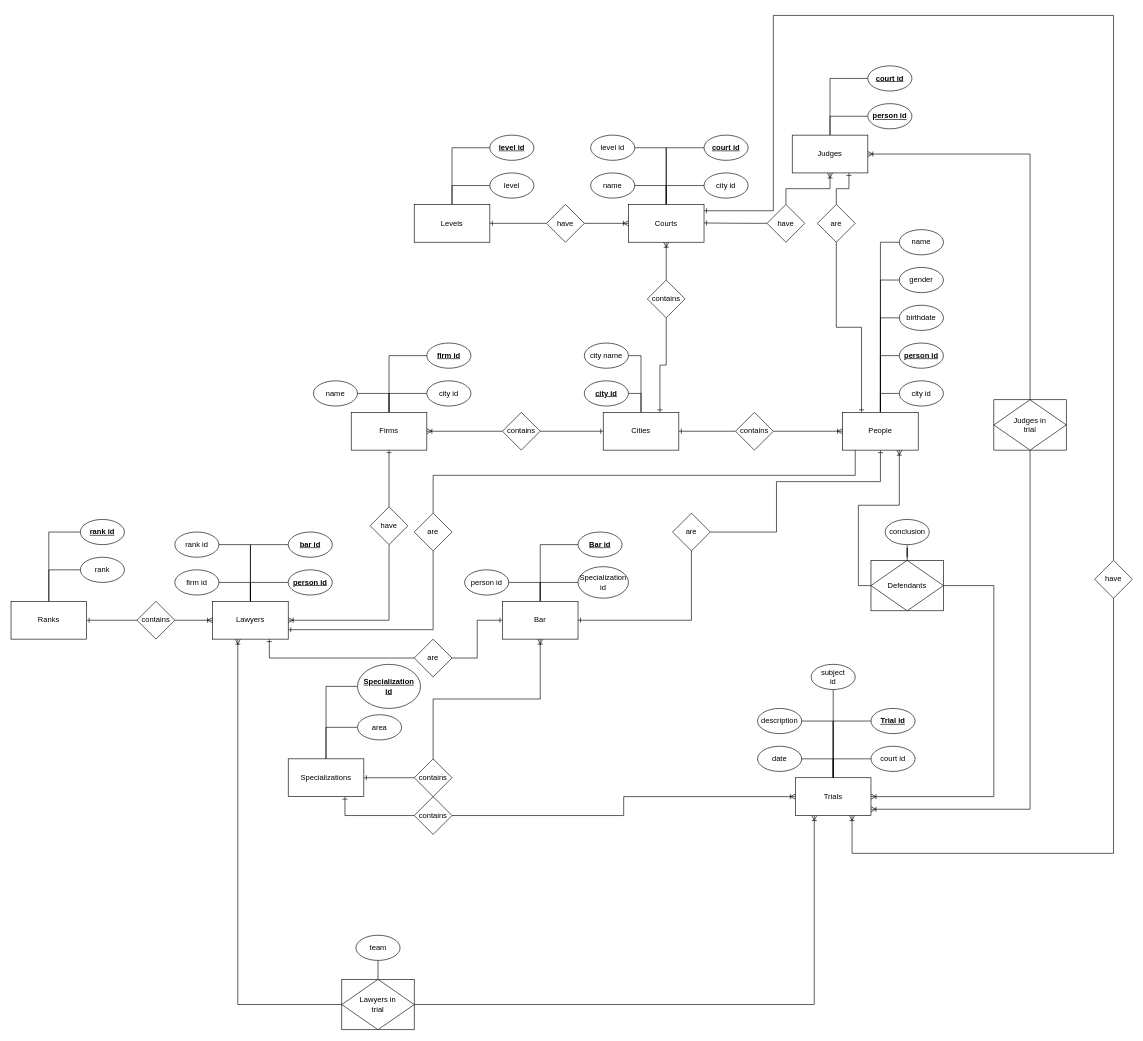
Before: ERD.drawio in romhayh/law-and-order, a draw.io diagram. Source tidied: cells renumbered, new cells numbered last; positions are measured from the earlier drawing's top-left corner, leaving out a move shared by most shapes. Both pictures are drawn from the tidied source at 63%, with x=0, y=0 at pixel (11, 15).
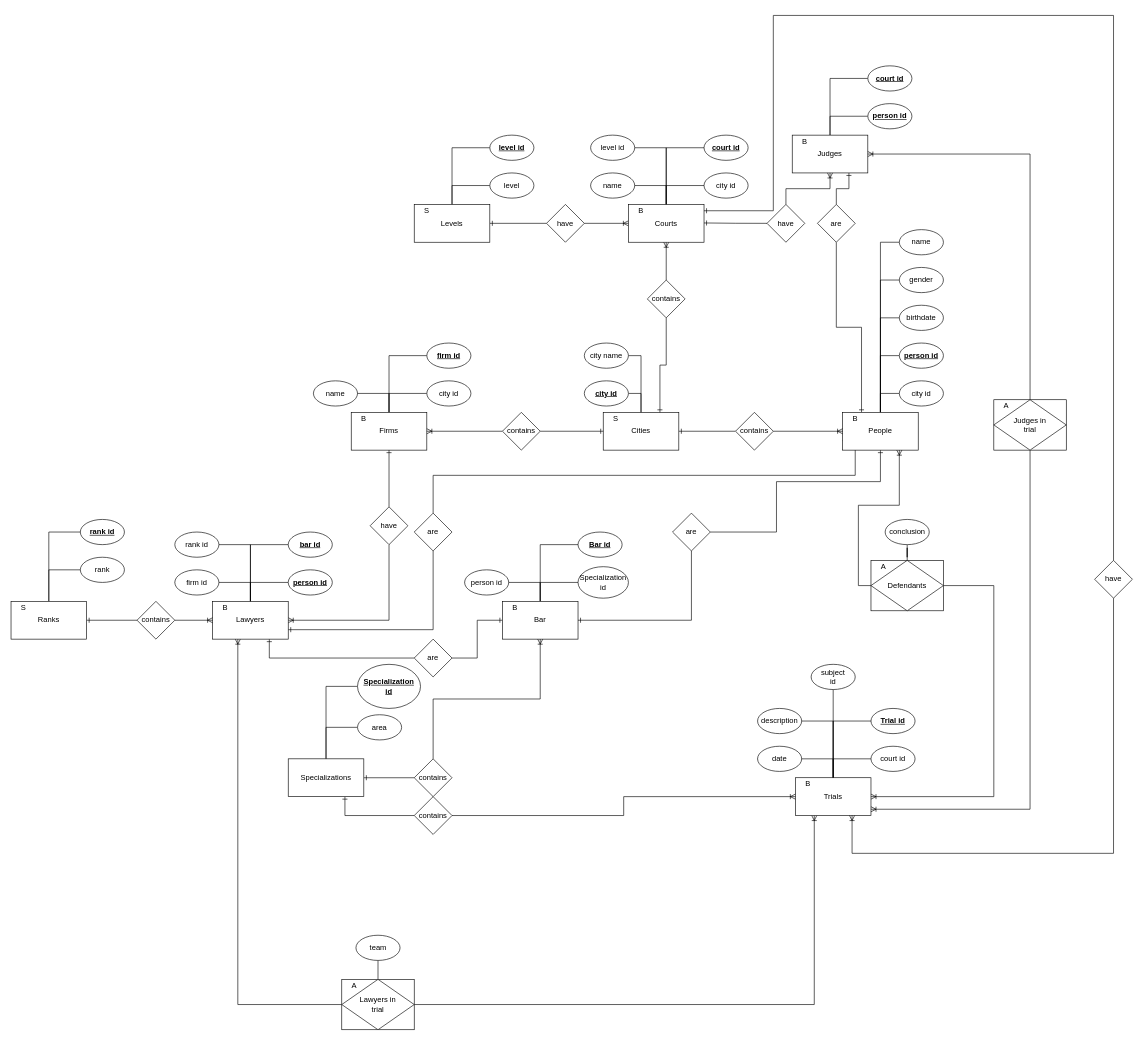
The same diagram, later.

Change to the diagram source:
```diff
@@
+    <mxCell id="139" value="B" style="text;html=1;strokeColor=none;fillColor=none;align=center;verticalAlign=middle;whiteSpace=wrap;rounded=0;" parent="1" vertex="1">
+      <mxGeometry x="980" y="300" width="40" height="20" as="geometry" />
+    </mxCell>
+    <mxCell id="140" value="B" style="text;html=1;strokeColor=none;fillColor=none;align=center;verticalAlign=middle;whiteSpace=wrap;rounded=0;" parent="1" vertex="1">
+      <mxGeometry x="1240" y="190" width="40" height="20" as="geometry" />
+    </mxCell>
+    <mxCell id="141" value="B" style="text;html=1;strokeColor=none;fillColor=none;align=center;verticalAlign=middle;whiteSpace=wrap;rounded=0;" parent="1" vertex="1">
+      <mxGeometry x="1320" y="630" width="40" height="20" as="geometry" />
+    </mxCell>
+    <mxCell id="142" value="B" style="text;html=1;strokeColor=none;fillColor=none;align=center;verticalAlign=middle;whiteSpace=wrap;rounded=0;" parent="1" vertex="1">
+      <mxGeometry x="780" y="930" width="40" height="20" as="geometry" />
+    </mxCell>
+    <mxCell id="143" value="B" style="text;html=1;strokeColor=none;fillColor=none;align=center;verticalAlign=middle;whiteSpace=wrap;rounded=0;" parent="1" vertex="1">
+      <mxGeometry x="540" y="630" width="40" height="20" as="geometry" />
+    </mxCell>
+    <mxCell id="144" value="B" style="text;html=1;strokeColor=none;fillColor=none;align=center;verticalAlign=middle;whiteSpace=wrap;rounded=0;" parent="1" vertex="1">
+      <mxGeometry x="320" y="930" width="40" height="20" as="geometry" />
+    </mxCell>
+    <mxCell id="145" value="B" style="text;html=1;strokeColor=none;fillColor=none;align=center;verticalAlign=middle;whiteSpace=wrap;rounded=0;" parent="1" vertex="1">
+      <mxGeometry x="1245" y="1210" width="40" height="20" as="geometry" />
+    </mxCell>
+    <mxCell id="146" value="A" style="text;html=1;strokeColor=none;fillColor=none;align=center;verticalAlign=middle;whiteSpace=wrap;rounded=0;" parent="1" vertex="1">
+      <mxGeometry x="1365" y="865" width="40" height="20" as="geometry" />
+    </mxCell>
+    <mxCell id="147" value="A" style="text;html=1;strokeColor=none;fillColor=none;align=center;verticalAlign=middle;whiteSpace=wrap;rounded=0;" parent="1" vertex="1">
+      <mxGeometry x="1560" y="610" width="40" height="20" as="geometry" />
+    </mxCell>
+    <mxCell id="148" value="A" style="text;html=1;strokeColor=none;fillColor=none;align=center;verticalAlign=middle;whiteSpace=wrap;rounded=0;" parent="1" vertex="1">
+      <mxGeometry x="525" y="1530" width="40" height="20" as="geometry" />
+    </mxCell>
+    <mxCell id="149" value="S" style="text;html=1;strokeColor=none;fillColor=none;align=center;verticalAlign=middle;whiteSpace=wrap;rounded=0;" parent="1" vertex="1">
+      <mxGeometry x="940" y="630" width="40" height="20" as="geometry" />
+    </mxCell>
+    <mxCell id="150" value="S" style="text;html=1;strokeColor=none;fillColor=none;align=center;verticalAlign=middle;whiteSpace=wrap;rounded=0;" parent="1" vertex="1">
+      <mxGeometry y="930" width="40" height="20" as="geometry" />
+    </mxCell>
+    <mxCell id="151" value="S" style="text;html=1;strokeColor=none;fillColor=none;align=center;verticalAlign=middle;whiteSpace=wrap;rounded=0;" parent="1" vertex="1">
+      <mxGeometry x="640" y="300" width="40" height="20" as="geometry" />
+    </mxCell>
```
